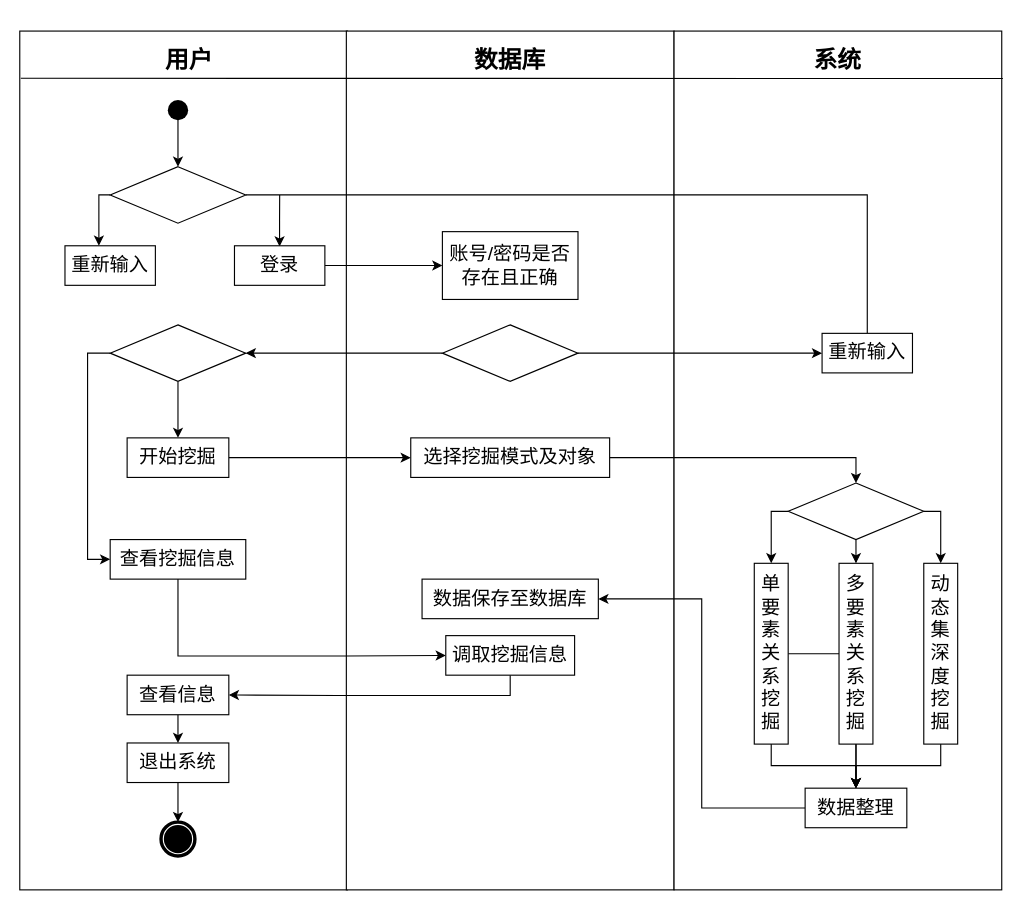
The draw.io diagram pic1.drawio in lovefxyo/drawio, before the edit. Source tidied: cells renumbered, new cells numbered last; positions are measured from the earlier drawing's top-left corner, leaving out a move shared by most shapes. Both pictures are drawn from the tidied source at 113%, with x=0, y=0 at pixel (19, 19).
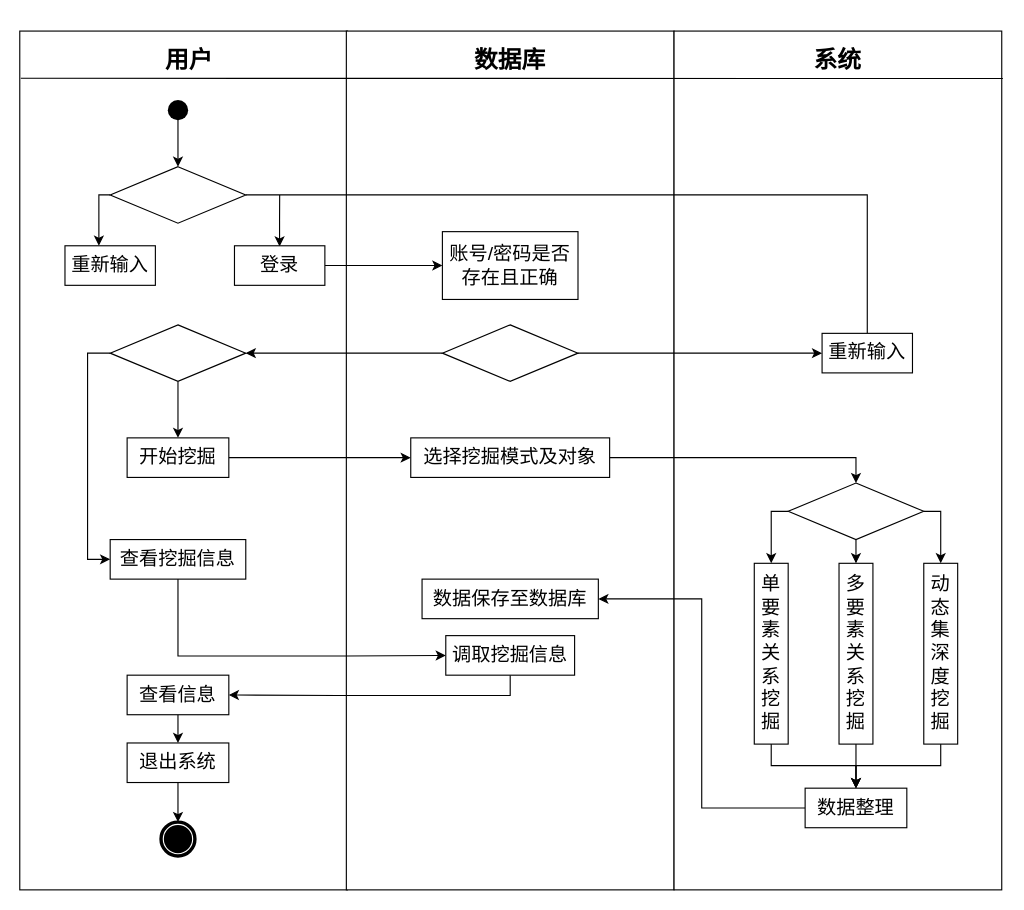
Above is the later version.

The change refers to these unchanged cells:
```xml
<mxCell id="46" value="单要素关系挖掘" style="rounded=0;whiteSpace=wrap;html=1;strokeColor=#000000;strokeWidth=1;fontSize=17;" parent="1" vertex="1">
  <mxGeometry x="650" y="481" width="30" height="160" as="geometry" />
</mxCell>
<mxCell id="53" value="数据整理" style="rounded=0;whiteSpace=wrap;html=1;strokeColor=#000000;strokeWidth=1;fontSize=17;" parent="1" vertex="1">
  <mxGeometry x="695" y="680" width="90" height="35" as="geometry" />
</mxCell>
```

The edit, as a diff of the source:
```diff
@@
-    <mxCell id="44" style="edgeStyle=orthogonalEdgeStyle;rounded=0;jettySize=auto;html=1;fontSize=21;startArrow=none;startFill=0;endArrow=classic;endFill=1;" parent="1" edge="1" source="46" target="53">
-      <mxGeometry relative="1" as="geometry" />
-    </mxCell>
```
